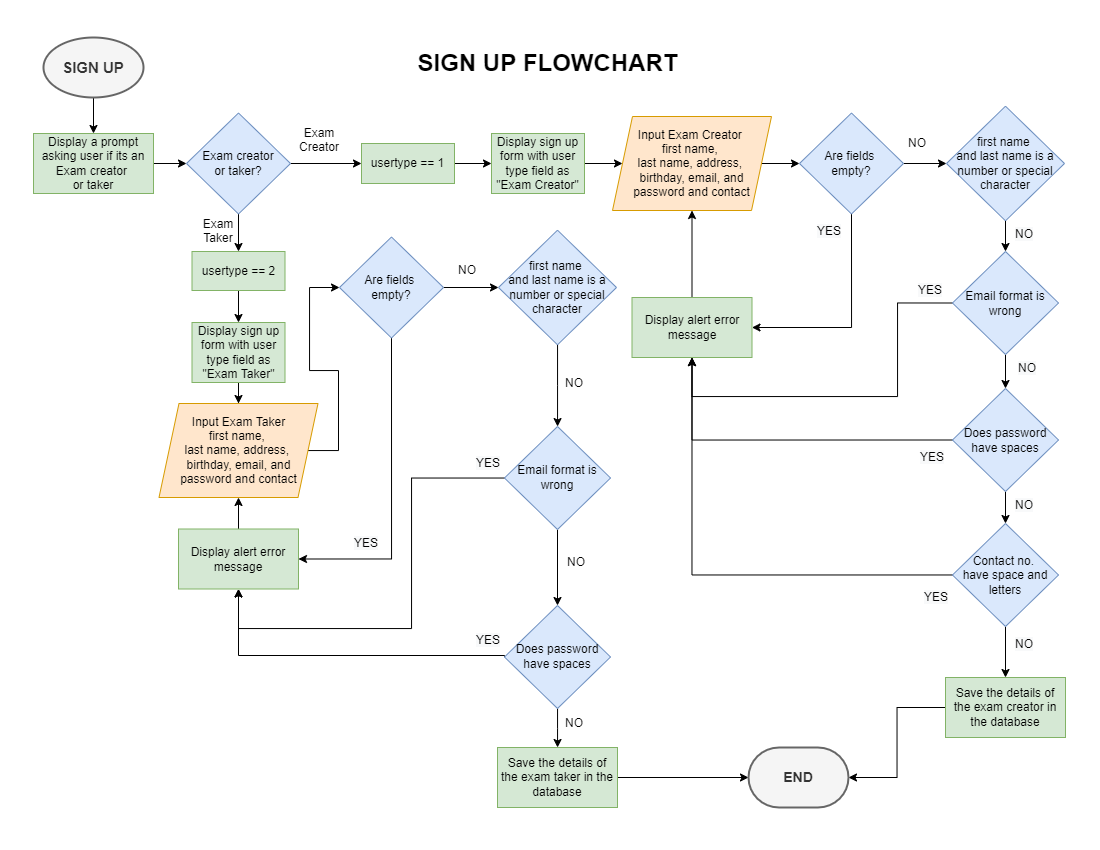
This is Gallardo/OnlineExam/online exam flowcharts/Online exam flowchart-SIGN UP FLOWCHART.drawio.png from walteribloguintoledo/PUP2022, a draw.io export, as it was before one commit. Source tidied: cells renumbered, new cells last; positions are measured from the earlier drawing's top-left corner, leaving out a move shared by most shapes.
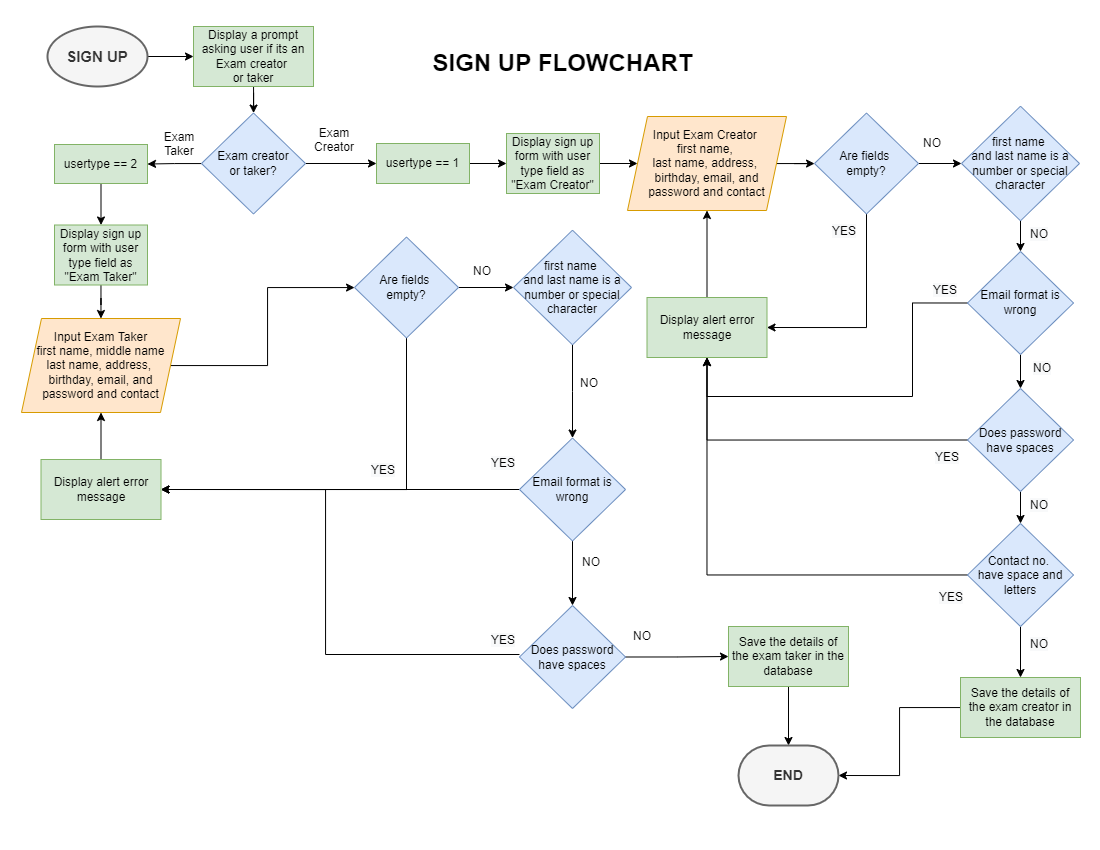
The same diagram one commit later.

The edit, as a diff of the source:
```diff
@@ -2,25 +2,25 @@
   <root>
     <mxCell id="0" />
     <mxCell id="1" parent="0" />
-    <mxCell id="2" style="edgeStyle=orthogonalEdgeStyle;rounded=0;jettySize=auto;html=1;fontSize=15;entryX=0.5;entryY=0;entryDx=0;entryDy=0;exitX=0.5;exitY=1;exitDx=0;exitDy=0;exitPerimeter=0;" parent="1" edge="1" source="3" target="6">
+    <mxCell id="2" style="edgeStyle=orthogonalEdgeStyle;rounded=0;jettySize=auto;html=1;" parent="1" edge="1" source="3" target="6">
       <mxGeometry relative="1" as="geometry" />
     </mxCell>
     <mxCell id="3" value="&lt;b&gt;&lt;font style=&quot;font-size: 15px;&quot;&gt;SIGN UP&lt;/font&gt;&lt;/b&gt;" style="strokeWidth=2;html=1;shape=mxgraph.flowchart.start_1;whiteSpace=wrap;fillColor=#f5f5f5;fontColor=#333333;strokeColor=#666666;" parent="1" vertex="1">
-      <mxGeometry x="10" width="100" height="60" as="geometry" />
+      <mxGeometry x="-1" y="-11" width="100" height="60" as="geometry" />
     </mxCell>
     <mxCell id="4" value="SIGN UP FLOWCHART" style="text;strokeColor=none;fillColor=none;html=1;fontSize=24;fontStyle=1;verticalAlign=middle;align=center;" parent="1" vertex="1">
       <mxGeometry x="464" y="6" width="100" height="40" as="geometry" />
     </mxCell>
-    <mxCell id="5" style="edgeStyle=orthogonalEdgeStyle;rounded=0;jettySize=auto;html=1;exitX=1;exitY=0.5;exitDx=0;exitDy=0;entryX=0;entryY=0.5;entryDx=0;entryDy=0;" parent="1" edge="1" source="6" target="9">
+    <mxCell id="5" style="edgeStyle=orthogonalEdgeStyle;rounded=0;jettySize=auto;html=1;" parent="1" edge="1" source="6" target="9">
       <mxGeometry relative="1" as="geometry" />
     </mxCell>
     <mxCell id="6" value="Display a prompt asking&amp;nbsp;user if its an Exam creator &lt;br&gt;or taker" style="rounded=0;whiteSpace=wrap;html=1;fillColor=#d5e8d4;strokeColor=#82b366;" parent="1" vertex="1">
-      <mxGeometry y="96" width="120" height="60" as="geometry" />
+      <mxGeometry x="145" y="-11" width="120" height="60" as="geometry" />
     </mxCell>
     <mxCell id="7" style="edgeStyle=orthogonalEdgeStyle;rounded=0;jettySize=auto;html=1;exitX=1;exitY=0.5;exitDx=0;exitDy=0;entryX=0;entryY=0.5;entryDx=0;entryDy=0;" parent="1" edge="1" source="9" target="11">
       <mxGeometry relative="1" as="geometry" />
     </mxCell>
-    <mxCell id="8" style="edgeStyle=orthogonalEdgeStyle;rounded=0;jettySize=auto;html=1;exitX=0.5;exitY=1;exitDx=0;exitDy=0;fontSize=7;" parent="1" edge="1" source="9" target="13">
+    <mxCell id="8" style="edgeStyle=orthogonalEdgeStyle;rounded=0;jettySize=auto;html=1;" parent="1" edge="1" source="9" target="13">
       <mxGeometry relative="1" as="geometry" />
     </mxCell>
     <mxCell id="9" value="Exam creator&lt;br&gt;or taker?" style="rhombus;whiteSpace=wrap;html=1;fillColor=#dae8fc;strokeColor=#6c8ebf;" parent="1" vertex="1">
@@ -32,11 +32,11 @@
     <mxCell id="11" value="usertype == 1" style="whiteSpace=wrap;html=1;fillColor=#d5e8d4;strokeColor=#82b366;" parent="1" vertex="1">
       <mxGeometry x="328" y="106" width="93" height="40" as="geometry" />
     </mxCell>
-    <mxCell id="12" style="edgeStyle=orthogonalEdgeStyle;rounded=0;jettySize=auto;html=1;exitX=0.5;exitY=1;exitDx=0;exitDy=0;fontSize=7;" parent="1" edge="1" source="13" target="46">
+    <mxCell id="12" style="edgeStyle=orthogonalEdgeStyle;rounded=0;jettySize=auto;html=1;" parent="1" edge="1" source="13" target="46">
       <mxGeometry relative="1" as="geometry" />
     </mxCell>
     <mxCell id="13" value="usertype == 2" style="whiteSpace=wrap;html=1;fillColor=#d5e8d4;strokeColor=#82b366;" parent="1" vertex="1">
-      <mxGeometry x="158.5" y="214" width="93" height="39" as="geometry" />
+      <mxGeometry x="6" y="107" width="93" height="39" as="geometry" />
     </mxCell>
     <mxCell id="14" style="edgeStyle=orthogonalEdgeStyle;rounded=0;jettySize=auto;html=1;exitX=1;exitY=0.5;exitDx=0;exitDy=0;entryX=0;entryY=0.5;entryDx=0;entryDy=0;" parent="1" edge="1" source="26" target="16">
       <mxGeometry relative="1" as="geometry" />
@@ -137,24 +137,17 @@
     <mxCell id="44" value="&lt;span style=&quot;color: rgb(0, 0, 0); font-family: Helvetica; font-size: 12px; font-style: normal; font-variant-ligatures: normal; font-variant-caps: normal; font-weight: 400; letter-spacing: normal; orphans: 2; text-align: center; text-indent: 0px; text-transform: none; widows: 2; word-spacing: 0px; -webkit-text-stroke-width: 0px; background-color: rgb(248, 249, 250); text-decoration-thickness: initial; text-decoration-style: initial; text-decoration-color: initial; float: none; display: inline !important;&quot;&gt;NO&lt;/span&gt;" style="text;whiteSpace=wrap;html=1;" parent="1" vertex="1">
       <mxGeometry x="980" y="593" width="30" height="28" as="geometry" />
     </mxCell>
-    <mxCell id="45" style="edgeStyle=orthogonalEdgeStyle;rounded=0;jettySize=auto;html=1;fontSize=7;" parent="1" edge="1" source="46" target="48">
+    <mxCell id="45" style="edgeStyle=orthogonalEdgeStyle;rounded=0;jettySize=auto;html=1;" parent="1" edge="1" source="46" target="48">
       <mxGeometry relative="1" as="geometry" />
     </mxCell>
     <mxCell id="46" value="Display sign up form with user type field as &quot;Exam Taker&quot;" style="whiteSpace=wrap;html=1;fillColor=#d5e8d4;strokeColor=#82b366;" parent="1" vertex="1">
-      <mxGeometry x="158.5" y="285" width="93" height="60" as="geometry" />
+      <mxGeometry x="6" y="187.5" width="93" height="60" as="geometry" />
     </mxCell>
-    <mxCell id="47" style="edgeStyle=orthogonalEdgeStyle;rounded=0;jettySize=auto;html=1;entryX=0;entryY=0.5;entryDx=0;entryDy=0;fontSize=7;" parent="1" edge="1" source="48" target="51">
-      <mxGeometry relative="1" as="geometry">
-        <Array as="points">
-          <mxPoint x="305" y="413" />
-          <mxPoint x="305" y="333" />
-          <mxPoint x="276" y="333" />
-          <mxPoint x="276" y="250" />
-        </Array>
-      </mxGeometry>
+    <mxCell id="47" style="edgeStyle=orthogonalEdgeStyle;rounded=0;jettySize=auto;html=1;" parent="1" edge="1" source="48" target="51">
+      <mxGeometry relative="1" as="geometry" />
     </mxCell>
-    <mxCell id="48" value="Input Exam Taker&lt;br&gt;first name, &lt;br&gt;last name, address, &lt;br&gt;birthday, email, and password and contact" style="shape=parallelogram;perimeter=parallelogramPerimeter;whiteSpace=wrap;html=1;fixedSize=1;fillColor=#ffe6cc;strokeColor=#d79b00;" parent="1" vertex="1">
-      <mxGeometry x="125.5" y="366" width="159" height="94" as="geometry" />
+    <mxCell id="48" value="Input Exam Taker&lt;br&gt;first name, middle name&lt;br&gt;last name, address, &lt;br&gt;birthday, email, and password and contact" style="shape=parallelogram;perimeter=parallelogramPerimeter;whiteSpace=wrap;html=1;fixedSize=1;fillColor=#ffe6cc;strokeColor=#d79b00;" parent="1" vertex="1">
+      <mxGeometry x="-27" y="281" width="159" height="94" as="geometry" />
     </mxCell>
     <mxCell id="49" style="edgeStyle=orthogonalEdgeStyle;rounded=0;jettySize=auto;html=1;exitX=1;exitY=0.5;exitDx=0;exitDy=0;entryX=0;entryY=0.5;entryDx=0;entryDy=0;fontSize=7;" parent="1" edge="1" source="51" target="53">
       <mxGeometry relative="1" as="geometry" />
@@ -174,44 +167,38 @@
     <mxCell id="54" style="edgeStyle=orthogonalEdgeStyle;rounded=0;jettySize=auto;html=1;fontSize=7;" parent="1" edge="1" source="56" target="59">
       <mxGeometry relative="1" as="geometry" />
     </mxCell>
-    <mxCell id="55" style="edgeStyle=orthogonalEdgeStyle;rounded=0;jettySize=auto;html=1;entryX=0.5;entryY=1;entryDx=0;entryDy=0;fontSize=7;" parent="1" edge="1" source="56" target="61">
-      <mxGeometry relative="1" as="geometry">
-        <Array as="points">
-          <mxPoint x="378" y="441" />
-          <mxPoint x="378" y="591" />
-          <mxPoint x="205" y="591" />
-        </Array>
-      </mxGeometry>
+    <mxCell id="55" style="edgeStyle=orthogonalEdgeStyle;rounded=0;jettySize=auto;html=1;entryX=1;entryY=0.5;entryDx=0;entryDy=0;" parent="1" edge="1" source="56" target="61">
+      <mxGeometry relative="1" as="geometry" />
     </mxCell>
     <mxCell id="56" value="Email format is wrong" style="rhombus;whiteSpace=wrap;html=1;fillColor=#dae8fc;strokeColor=#6c8ebf;" parent="1" vertex="1">
-      <mxGeometry x="471" y="389" width="106.1" height="103" as="geometry" />
+      <mxGeometry x="471" y="400.5" width="106.1" height="103" as="geometry" />
     </mxCell>
-    <mxCell id="57" style="edgeStyle=orthogonalEdgeStyle;rounded=0;jettySize=auto;html=1;exitX=0;exitY=0.5;exitDx=0;exitDy=0;entryX=0.5;entryY=1;entryDx=0;entryDy=0;fontSize=7;" parent="1" edge="1" source="59" target="61">
-      <mxGeometry relative="1" as="geometry">
-        <Array as="points">
-          <mxPoint x="471" y="618" />
-          <mxPoint x="205" y="618" />
-        </Array>
-      </mxGeometry>
-    </mxCell>
-    <mxCell id="58" style="edgeStyle=orthogonalEdgeStyle;rounded=0;jettySize=auto;html=1;fontSize=7;" parent="1" edge="1" source="59" target="69">
+    <mxCell id="58" style="edgeStyle=orthogonalEdgeStyle;rounded=0;jettySize=auto;html=1;exitX=1;exitY=0.5;exitDx=0;exitDy=0;entryX=0;entryY=0.5;entryDx=0;entryDy=0;" parent="1" edge="1" source="59" target="69">
       <mxGeometry relative="1" as="geometry" />
     </mxCell>
     <mxCell id="59" value="Does password have spaces" style="rhombus;whiteSpace=wrap;html=1;fillColor=#dae8fc;strokeColor=#6c8ebf;" parent="1" vertex="1">
       <mxGeometry x="471" y="568" width="106.1" height="103" as="geometry" />
     </mxCell>
-    <mxCell id="60" style="edgeStyle=orthogonalEdgeStyle;rounded=0;jettySize=auto;html=1;fontSize=7;" parent="1" edge="1" source="61" target="48">
+    <mxCell id="60" style="edgeStyle=orthogonalEdgeStyle;rounded=0;jettySize=auto;html=1;" parent="1" edge="1" source="61" target="48">
       <mxGeometry relative="1" as="geometry" />
     </mxCell>
     <mxCell id="61" value="Display alert error message" style="whiteSpace=wrap;html=1;fillColor=#d5e8d4;strokeColor=#82b366;" parent="1" vertex="1">
-      <mxGeometry x="145" y="491.5" width="120" height="60" as="geometry" />
+      <mxGeometry x="-7.5" y="422" width="120" height="60" as="geometry" />
     </mxCell>
     <mxCell id="62" value="&lt;span style=&quot;color: rgb(0, 0, 0); font-family: Helvetica; font-size: 12px; font-style: normal; font-variant-ligatures: normal; font-variant-caps: normal; font-weight: 400; letter-spacing: normal; orphans: 2; text-align: center; text-indent: 0px; text-transform: none; widows: 2; word-spacing: 0px; -webkit-text-stroke-width: 0px; background-color: rgb(248, 249, 250); text-decoration-thickness: initial; text-decoration-style: initial; text-decoration-color: initial; float: none; display: inline !important;&quot;&gt;YES&lt;/span&gt;" style="text;whiteSpace=wrap;html=1;" parent="1" vertex="1">
-      <mxGeometry x="319" y="491.5" width="30" height="28" as="geometry" />
+      <mxGeometry x="321" y="419" width="30" height="28" as="geometry" />
     </mxCell>
     <mxCell id="63" value="&lt;span style=&quot;color: rgb(0, 0, 0); font-family: Helvetica; font-size: 12px; font-style: normal; font-variant-ligatures: normal; font-variant-caps: normal; font-weight: 400; letter-spacing: normal; orphans: 2; text-align: center; text-indent: 0px; text-transform: none; widows: 2; word-spacing: 0px; -webkit-text-stroke-width: 0px; background-color: rgb(248, 249, 250); text-decoration-thickness: initial; text-decoration-style: initial; text-decoration-color: initial; float: none; display: inline !important;&quot;&gt;YES&lt;/span&gt;" style="text;whiteSpace=wrap;html=1;" parent="1" vertex="1">
       <mxGeometry x="441" y="412" width="30" height="28" as="geometry" />
     </mxCell>
+    <mxCell id="74" style="edgeStyle=orthogonalEdgeStyle;rounded=0;jettySize=auto;html=1;exitX=1;exitY=1;exitDx=0;exitDy=0;entryX=1;entryY=0.5;entryDx=0;entryDy=0;" parent="1" edge="1" source="64" target="61">
+      <mxGeometry relative="1" as="geometry">
+        <Array as="points">
+          <mxPoint x="277" y="617" />
+          <mxPoint x="277" y="452" />
+        </Array>
+      </mxGeometry>
+    </mxCell>
     <mxCell id="64" value="&lt;span style=&quot;color: rgb(0, 0, 0); font-family: Helvetica; font-size: 12px; font-style: normal; font-variant-ligatures: normal; font-variant-caps: normal; font-weight: 400; letter-spacing: normal; orphans: 2; text-align: center; text-indent: 0px; text-transform: none; widows: 2; word-spacing: 0px; -webkit-text-stroke-width: 0px; background-color: rgb(248, 249, 250); text-decoration-thickness: initial; text-decoration-style: initial; text-decoration-color: initial; float: none; display: inline !important;&quot;&gt;YES&lt;/span&gt;" style="text;whiteSpace=wrap;html=1;" parent="1" vertex="1">
       <mxGeometry x="441" y="589" width="30" height="28" as="geometry" />
     </mxCell>
@@ -224,20 +211,20 @@
     <mxCell id="67" value="&lt;div style=&quot;text-align: center;&quot;&gt;&lt;span style=&quot;background-color: initial;&quot;&gt;NO&lt;/span&gt;&lt;/div&gt;" style="text;whiteSpace=wrap;html=1;" parent="1" vertex="1">
       <mxGeometry x="532" y="511" width="30" height="28" as="geometry" />
     </mxCell>
-    <mxCell id="68" style="edgeStyle=orthogonalEdgeStyle;rounded=0;jettySize=auto;html=1;entryX=0;entryY=0.5;entryDx=0;entryDy=0;entryPerimeter=0;fontSize=14;" parent="1" edge="1" source="69" target="71">
+    <mxCell id="68" style="edgeStyle=orthogonalEdgeStyle;rounded=0;jettySize=auto;html=1;" parent="1" edge="1" source="69" target="71">
       <mxGeometry relative="1" as="geometry" />
     </mxCell>
     <mxCell id="69" value="Save the details of the exam taker in the database" style="whiteSpace=wrap;html=1;fillColor=#d5e8d4;strokeColor=#82b366;" parent="1" vertex="1">
-      <mxGeometry x="464" y="710" width="120" height="60" as="geometry" />
+      <mxGeometry x="680" y="589" width="120" height="60" as="geometry" />
     </mxCell>
     <mxCell id="70" value="&lt;div style=&quot;text-align: center;&quot;&gt;&lt;span style=&quot;background-color: initial;&quot;&gt;NO&lt;/span&gt;&lt;/div&gt;" style="text;whiteSpace=wrap;html=1;" parent="1" vertex="1">
-      <mxGeometry x="530" y="672" width="30" height="28" as="geometry" />
+      <mxGeometry x="583" y="585" width="30" height="28" as="geometry" />
     </mxCell>
     <mxCell id="71" value="&lt;font style=&quot;font-size: 14px;&quot;&gt;&lt;b&gt;END&lt;/b&gt;&lt;/font&gt;" style="strokeWidth=2;html=1;shape=mxgraph.flowchart.terminator;whiteSpace=wrap;fontSize=7;fillColor=#f5f5f5;fontColor=#333333;strokeColor=#666666;" parent="1" vertex="1">
-      <mxGeometry x="715" y="710" width="100" height="60" as="geometry" />
+      <mxGeometry x="690" y="708" width="100" height="60" as="geometry" />
     </mxCell>
     <mxCell id="72" value="&lt;div style=&quot;text-align: center;&quot;&gt;&lt;span style=&quot;background-color: initial;&quot;&gt;Exam Taker&lt;/span&gt;&lt;/div&gt;" style="text;whiteSpace=wrap;html=1;" parent="1" vertex="1">
-      <mxGeometry x="153" y="173" width="62" height="28" as="geometry" />
+      <mxGeometry x="99" y="86" width="62" height="28" as="geometry" />
     </mxCell>
     <mxCell id="73" value="&lt;div style=&quot;text-align: center;&quot;&gt;&lt;span style=&quot;background-color: initial;&quot;&gt;Exam Creator&lt;/span&gt;&lt;/div&gt;" style="text;whiteSpace=wrap;html=1;" parent="1" vertex="1">
       <mxGeometry x="249" y="82" width="72" height="28" as="geometry" />
```
